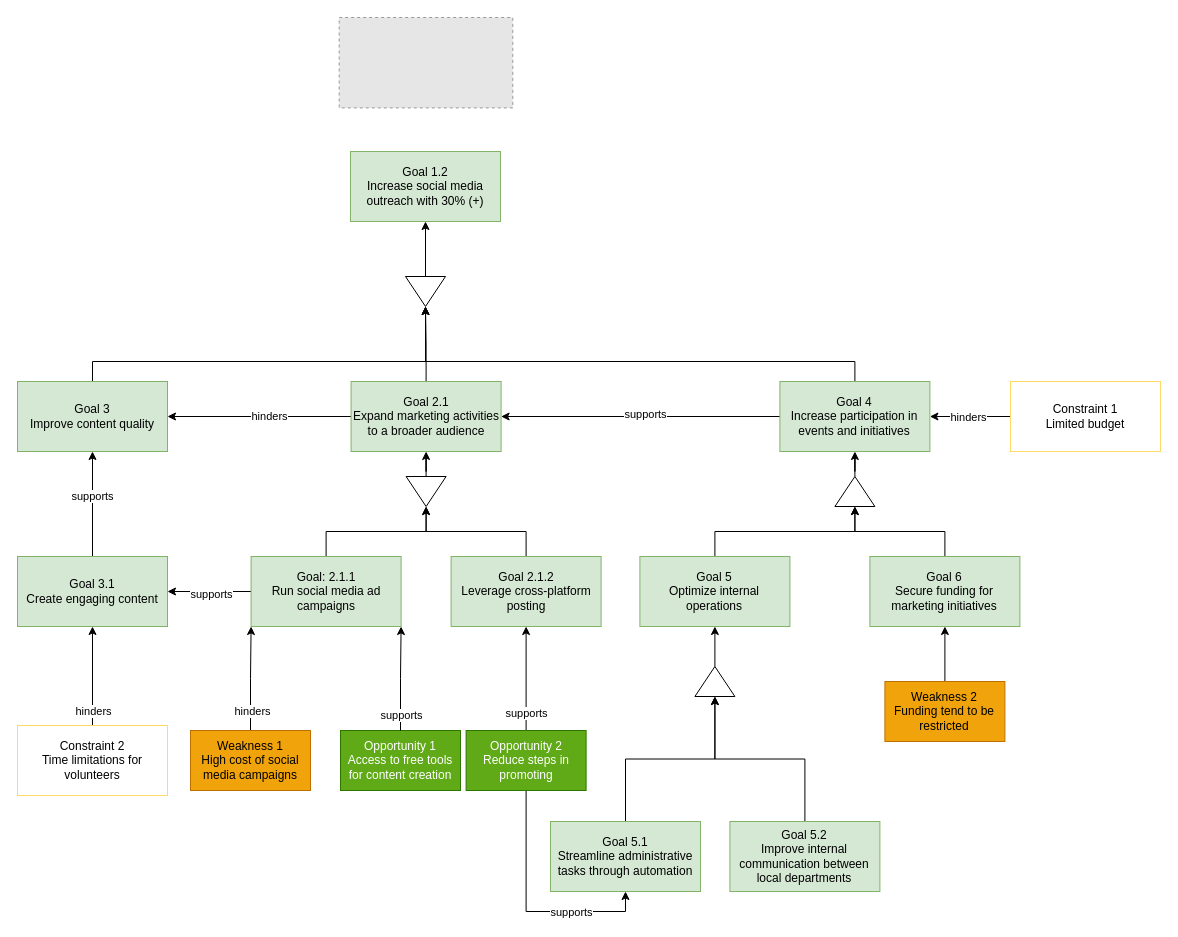
Earlier version of the draw.io diagram page "decomposition of goal 1.2" (2 of 3) of Start Norge.drawio (marhjoh/TDT4252-Enterprise-Architecture-for-Enterprise-Innovation). Source tidied: cells renumbered, new cells numbered last; positions are measured from the earlier drawing's top-left corner, leaving out a move shared by most shapes. Both pictures are drawn from the tidied source at 100%, with x=0, y=0 at pixel (17, 17). Pictures stored in the file or linked from it are replaced by grey dashed boxes.
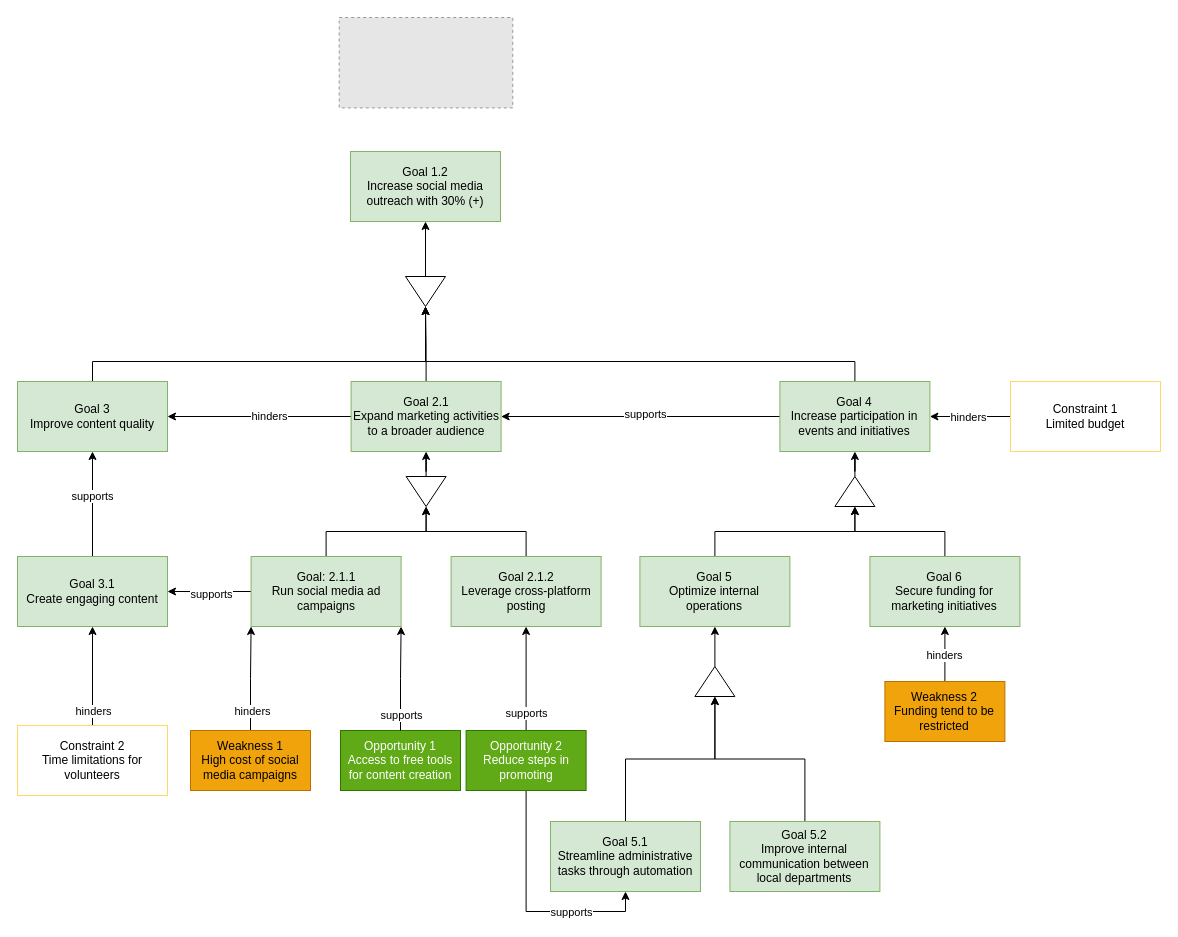
The same diagram, later.

Commit message:
add: hinders to decomposition

Unchanged cells that the change refers to:
```xml
<mxCell id="56" style="edgeStyle=orthogonalEdgeStyle;rounded=0;jettySize=auto;html=1;entryX=0.5;entryY=1;entryDx=0;entryDy=0;" parent="1" edge="1" source="57" target="47">
  <mxGeometry relative="1" as="geometry" />
</mxCell>
```

Change to the diagram source:
```diff
@@
+    <mxCell id="58" value="hinders" style="edgeLabel;html=1;align=center;verticalAlign=middle;" parent="56" vertex="1">
+      <mxGeometry x="0.02" y="1" relative="1" as="geometry">
+        <mxPoint y="1" as="offset" />
+      </mxGeometry>
+    </mxCell>
```
